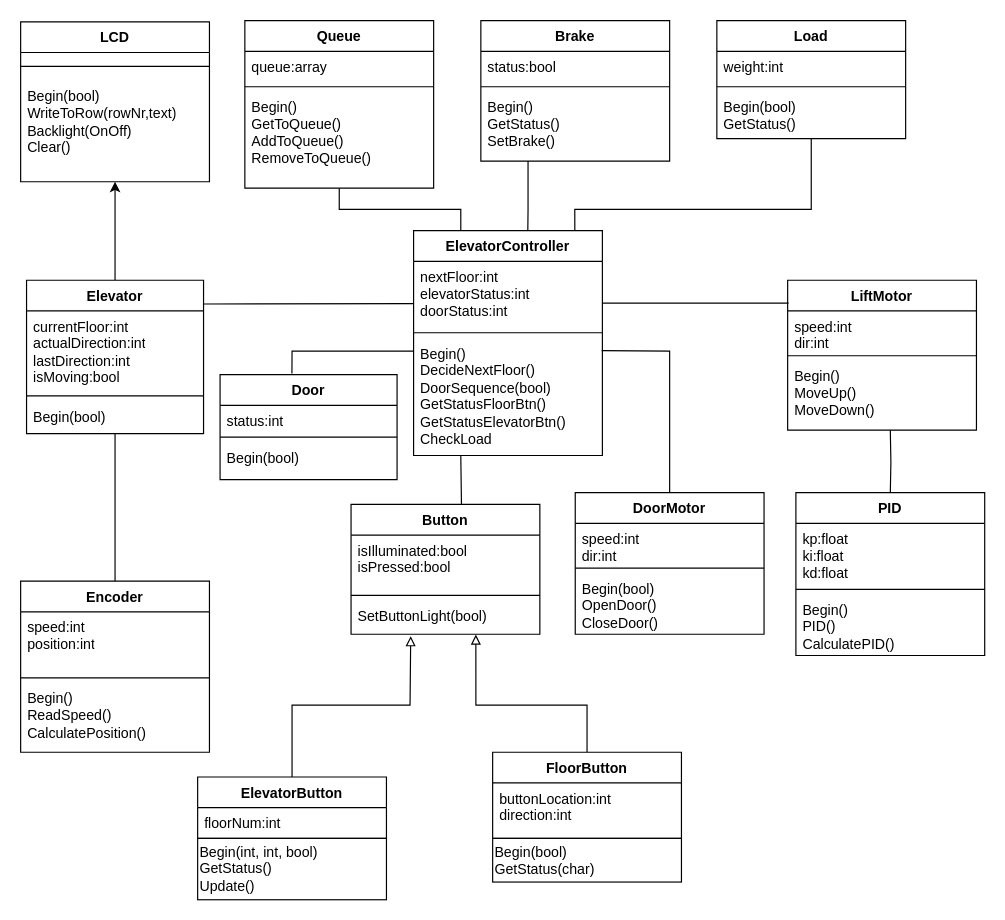
johannesKringlen/MAS246_Project keeps this draw.io diagram as Documents/UMLDiagramElevator.drawio. Above is the earlier version. Source tidied: cells renumbered, new cells numbered last; positions are measured from the earlier drawing's top-left corner, leaving out a move shared by most shapes. Both pictures are drawn from the tidied source at 118%, with x=0, y=0 at pixel (20, 20).
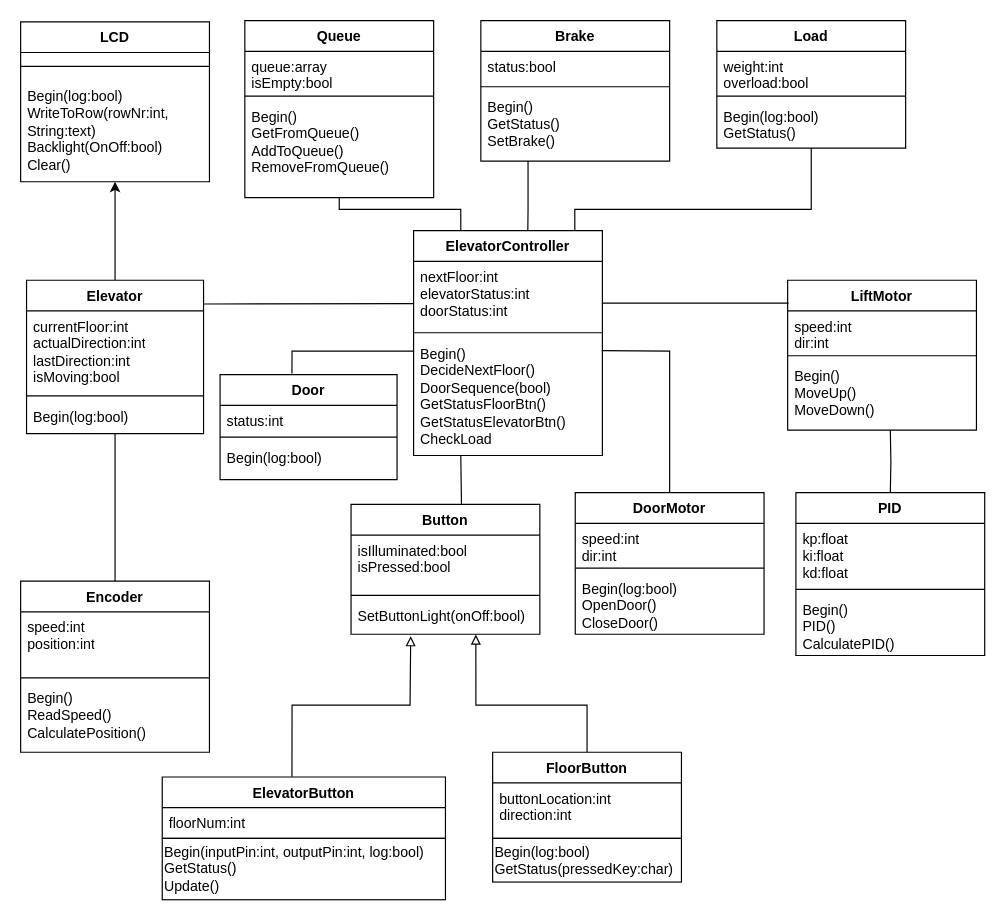
The same page after the edit.

The change refers to these unchanged cells:
```xml
<mxCell id="9" value="Button" style="swimlane;fontStyle=1;align=center;verticalAlign=top;horizontal=1;startSize=26;whiteSpace=wrap;html=1;" parent="1" vertex="1">
  <mxGeometry x="280" y="410" width="160" height="110" as="geometry" />
</mxCell>
<mxCell id="18" value="DoorMotor" style="swimlane;fontStyle=1;align=center;verticalAlign=top;horizontal=1;startSize=26;whiteSpace=wrap;html=1;" parent="1" vertex="1">
  <mxGeometry x="470" y="400" width="160" height="120" as="geometry" />
</mxCell>
<mxCell id="44" value="LCD" style="swimlane;fontStyle=1;align=center;verticalAlign=top;horizontal=1;startSize=26;whiteSpace=wrap;html=1;" parent="1" vertex="1">
  <mxGeometry y="1" width="160" height="135.5" as="geometry" />
</mxCell>
<mxCell id="52" value="Elevator" style="swimlane;fontStyle=1;align=center;verticalAlign=top;horizontal=1;startSize=26;whiteSpace=wrap;html=1;" parent="1" vertex="1">
  <mxGeometry x="5" y="220" width="150" height="130" as="geometry" />
</mxCell>
<mxCell id="56" value="Door" style="swimlane;fontStyle=1;align=center;verticalAlign=top;horizontal=1;startSize=26;whiteSpace=wrap;html=1;" parent="1" vertex="1">
  <mxGeometry x="169" y="300" width="150" height="89" as="geometry" />
</mxCell>
```

Change to the diagram source:
```diff
@@
-    <mxCell id="7" style="edgeStyle=none;rounded=0;jettySize=auto;html=1;entryX=0.5;entryY=0;entryDx=0;entryDy=0;endArrow=none;endFill=0;startArrow=block;startFill=0;exitX=0.316;exitY=1.055;exitDx=0;exitDy=0;exitPerimeter=0;" parent="1" edge="1" source="12" target="13">
+    <mxCell id="7" style="edgeStyle=none;rounded=0;jettySize=auto;html=1;entryX=0.458;entryY=-0.003;entryDx=0;entryDy=0;endArrow=none;endFill=0;startArrow=block;startFill=0;exitX=0.316;exitY=1.055;exitDx=0;exitDy=0;exitPerimeter=0;entryPerimeter=0;" parent="1" edge="1" source="12" target="13">
       <mxGeometry relative="1" as="geometry">
         <Array as="points">
           <mxPoint x="330" y="580" />
           <mxPoint x="230" y="580" />
         </Array>
       </mxGeometry>
     </mxCell>
@@
-    <mxCell id="12" value="&lt;div&gt;&lt;span style=&quot;background-color: transparent; color: light-dark(rgb(0, 0, 0), rgb(255, 255, 255));&quot;&gt;SetButtonLight(bool)&lt;/span&gt;&lt;/div&gt;" style="text;strokeColor=none;fillColor=none;align=left;verticalAlign=top;spacingLeft=4;spacingRight=4;overflow=hidden;points=[[0,0.5],[1,0.5]];portConstraint=eastwest;whiteSpace=wrap;html=1;" parent="9" vertex="1">
+    <mxCell id="12" value="&lt;div&gt;&lt;span style=&quot;background-color: transparent; color: light-dark(rgb(0, 0, 0), rgb(255, 255, 255));&quot;&gt;SetButtonLight(onOff:bool)&lt;/span&gt;&lt;/div&gt;" style="text;strokeColor=none;fillColor=none;align=left;verticalAlign=top;spacingLeft=4;spacingRight=4;overflow=hidden;points=[[0,0.5],[1,0.5]];portConstraint=eastwest;whiteSpace=wrap;html=1;" parent="9" vertex="1">
       <mxGeometry y="81" width="160" height="29" as="geometry" />
     </mxCell>
     <mxCell id="13" value="ElevatorButton" style="swimlane;fontStyle=1;align=center;verticalAlign=top;horizontal=1;startSize=26;whiteSpace=wrap;html=1;" parent="1" vertex="1">
-      <mxGeometry x="150" y="641" width="160" height="52" as="geometry" />
+      <mxGeometry x="120" y="641" width="240" height="52" as="geometry" />
     </mxCell>
     <mxCell id="14" value="floorNum:int" style="text;strokeColor=none;fillColor=none;align=left;verticalAlign=top;spacingLeft=4;spacingRight=4;overflow=hidden;whiteSpace=wrap;html=1;" parent="13" vertex="1">
-      <mxGeometry y="26" width="160" height="26" as="geometry" />
+      <mxGeometry y="26" width="240" height="26" as="geometry" />
     </mxCell>
@@
-    <mxCell id="21" value="&lt;div&gt;Begin(bool)&lt;/div&gt;OpenDoor()&lt;div&gt;CloseDoor()&lt;/div&gt;" style="text;strokeColor=none;fillColor=none;align=left;verticalAlign=top;spacingLeft=4;spacingRight=4;overflow=hidden;whiteSpace=wrap;html=1;" parent="18" vertex="1">
+    <mxCell id="21" value="&lt;div&gt;Begin(log:bool)&lt;/div&gt;OpenDoor()&lt;div&gt;CloseDoor()&lt;/div&gt;" style="text;strokeColor=none;fillColor=none;align=left;verticalAlign=top;spacingLeft=4;spacingRight=4;overflow=hidden;whiteSpace=wrap;html=1;" parent="18" vertex="1">
       <mxGeometry y="68" width="160" height="52" as="geometry" />
     </mxCell>
@@
     <mxCell id="30" value="Queue" style="swimlane;fontStyle=1;align=center;verticalAlign=top;horizontal=1;startSize=26;whiteSpace=wrap;html=1;" parent="1" vertex="1">
-      <mxGeometry x="190" width="160" height="142" as="geometry" />
+      <mxGeometry x="190" width="160" height="150" as="geometry" />
     </mxCell>
-    <mxCell id="31" value="queue:array" style="text;strokeColor=none;fillColor=none;align=left;verticalAlign=top;spacingLeft=4;spacingRight=4;overflow=hidden;whiteSpace=wrap;html=1;" parent="30" vertex="1">
-      <mxGeometry y="26" width="160" height="26" as="geometry" />
+    <mxCell id="31" value="queue:array&lt;div&gt;isEmpty:bool&lt;/div&gt;" style="text;strokeColor=none;fillColor=none;align=left;verticalAlign=top;spacingLeft=4;spacingRight=4;overflow=hidden;whiteSpace=wrap;html=1;" parent="30" vertex="1">
+      <mxGeometry y="26" width="160" height="34" as="geometry" />
     </mxCell>
     <mxCell id="32" style="line;strokeWidth=1;fillColor=none;align=left;verticalAlign=middle;spacingTop=-1;spacingLeft=3;spacingRight=3;labelPosition=right;strokeColor=inherit;" parent="30" vertex="1">
-      <mxGeometry y="52" width="160" height="8" as="geometry" />
+      <mxGeometry y="60" width="160" height="8" as="geometry" />
     </mxCell>
-    <mxCell id="33" value="&lt;div&gt;Begin()&lt;/div&gt;GetToQueue()&lt;div&gt;Add&lt;span style=&quot;background-color: transparent; color: light-dark(rgb(0, 0, 0), rgb(255, 255, 255));&quot;&gt;ToQueue&lt;/span&gt;&lt;span style=&quot;background-color: transparent; color: light-dark(rgb(0, 0, 0), rgb(255, 255, 255));&quot;&gt;()&lt;/span&gt;&lt;/div&gt;&lt;div&gt;Remove&lt;span style=&quot;background-color: transparent; color: light-dark(rgb(0, 0, 0), rgb(255, 255, 255));&quot;&gt;ToQueue&lt;/span&gt;&lt;span style=&quot;background-color: transparent; color: light-dark(rgb(0, 0, 0), rgb(255, 255, 255));&quot;&gt;()&lt;/span&gt;&lt;/div&gt;" style="text;strokeColor=none;fillColor=none;align=left;verticalAlign=top;spacingLeft=4;spacingRight=4;overflow=hidden;whiteSpace=wrap;html=1;" parent="30" vertex="1">
-      <mxGeometry y="60" width="160" height="82" as="geometry" />
+    <mxCell id="33" value="&lt;div&gt;Begin()&lt;/div&gt;GetFromQueue()&lt;div&gt;Add&lt;span style=&quot;background-color: transparent; color: light-dark(rgb(0, 0, 0), rgb(255, 255, 255));&quot;&gt;ToQueue&lt;/span&gt;&lt;span style=&quot;background-color: transparent; color: light-dark(rgb(0, 0, 0), rgb(255, 255, 255));&quot;&gt;()&lt;/span&gt;&lt;/div&gt;&lt;div&gt;RemoveFrom&lt;span style=&quot;background-color: transparent; color: light-dark(rgb(0, 0, 0), rgb(255, 255, 255));&quot;&gt;Queue&lt;/span&gt;&lt;span style=&quot;background-color: transparent; color: light-dark(rgb(0, 0, 0), rgb(255, 255, 255));&quot;&gt;()&lt;/span&gt;&lt;/div&gt;" style="text;strokeColor=none;fillColor=none;align=left;verticalAlign=top;spacingLeft=4;spacingRight=4;overflow=hidden;whiteSpace=wrap;html=1;" parent="30" vertex="1">
+      <mxGeometry y="68" width="160" height="82" as="geometry" />
     </mxCell>
@@
-    <mxCell id="46" value="Begin(bool)&lt;div&gt;WriteToRow(rowNr,text)&lt;/div&gt;&lt;div&gt;Backlight(OnOff)&lt;/div&gt;&lt;div&gt;Clear()&lt;/div&gt;" style="text;strokeColor=none;fillColor=none;align=left;verticalAlign=top;spacingLeft=4;spacingRight=4;overflow=hidden;whiteSpace=wrap;html=1;" parent="44" vertex="1">
+    <mxCell id="46" value="Begin(log:bool)&lt;div&gt;WriteToRow(rowNr:int, String:text)&lt;/div&gt;&lt;div&gt;Backlight(OnOff:bool)&lt;/div&gt;&lt;div&gt;Clear()&lt;/div&gt;" style="text;strokeColor=none;fillColor=none;align=left;verticalAlign=top;spacingLeft=4;spacingRight=4;overflow=hidden;whiteSpace=wrap;html=1;" parent="44" vertex="1">
       <mxGeometry y="49.5" width="160" height="86" as="geometry" />
     </mxCell>
@@
-    <mxCell id="55" value="Begin(bool)" style="text;strokeColor=none;fillColor=none;align=left;verticalAlign=top;spacingLeft=4;spacingRight=4;overflow=hidden;whiteSpace=wrap;html=1;" parent="52" vertex="1">
+    <mxCell id="55" value="Begin(log:bool)" style="text;strokeColor=none;fillColor=none;align=left;verticalAlign=top;spacingLeft=4;spacingRight=4;overflow=hidden;whiteSpace=wrap;html=1;" parent="52" vertex="1">
       <mxGeometry y="102.5" width="150" height="27.5" as="geometry" />
     </mxCell>
@@
-    <mxCell id="59" value="Begin(bool)" style="text;strokeColor=none;fillColor=none;align=left;verticalAlign=top;spacingLeft=4;spacingRight=4;overflow=hidden;whiteSpace=wrap;html=1;" parent="56" vertex="1">
+    <mxCell id="59" value="Begin(log:bool)" style="text;strokeColor=none;fillColor=none;align=left;verticalAlign=top;spacingLeft=4;spacingRight=4;overflow=hidden;whiteSpace=wrap;html=1;" parent="56" vertex="1">
       <mxGeometry y="57" width="150" height="32" as="geometry" />
     </mxCell>
@@
-    <mxCell id="61" value="Begin(int, int, bool)&lt;div&gt;GetStatus()&lt;/div&gt;&lt;div&gt;Update()&lt;/div&gt;" style="rounded=0;whiteSpace=wrap;html=1;align=left;" parent="1" vertex="1">
-      <mxGeometry x="150" y="693" width="160" height="52" as="geometry" />
+    <mxCell id="61" value="Begin(inputPin:int, outputPin:int, log:bool)&lt;div&gt;GetStatus()&lt;/div&gt;&lt;div&gt;Update()&lt;/div&gt;" style="rounded=0;whiteSpace=wrap;html=1;align=left;" parent="1" vertex="1">
+      <mxGeometry x="120" y="693" width="240" height="52" as="geometry" />
     </mxCell>
-    <mxCell id="62" value="Begin(bool)&lt;div&gt;GetStatus(char)&lt;/div&gt;" style="rounded=0;whiteSpace=wrap;html=1;align=left;" parent="1" vertex="1">
+    <mxCell id="62" value="Begin(log:bool)&lt;div&gt;GetStatus(pressedKey:char)&lt;/div&gt;" style="rounded=0;whiteSpace=wrap;html=1;align=left;" parent="1" vertex="1">
       <mxGeometry x="400" y="693" width="160" height="37" as="geometry" />
     </mxCell>
     <mxCell id="63" value="Load" style="swimlane;fontStyle=1;align=center;verticalAlign=top;horizontal=1;startSize=26;whiteSpace=wrap;html=1;" parent="1" vertex="1">
-      <mxGeometry x="590" width="160" height="100" as="geometry" />
+      <mxGeometry x="590" width="160" height="108" as="geometry" />
     </mxCell>
-    <mxCell id="64" value="weight:int" style="text;strokeColor=none;fillColor=none;align=left;verticalAlign=top;spacingLeft=4;spacingRight=4;overflow=hidden;whiteSpace=wrap;html=1;" parent="63" vertex="1">
-      <mxGeometry y="26" width="160" height="26" as="geometry" />
+    <mxCell id="64" value="weight:int&lt;div&gt;overload:bool&lt;/div&gt;" style="text;strokeColor=none;fillColor=none;align=left;verticalAlign=top;spacingLeft=4;spacingRight=4;overflow=hidden;whiteSpace=wrap;html=1;" parent="63" vertex="1">
+      <mxGeometry y="26" width="160" height="34" as="geometry" />
     </mxCell>
     <mxCell id="65" style="line;strokeWidth=1;fillColor=none;align=left;verticalAlign=middle;spacingTop=-1;spacingLeft=3;spacingRight=3;labelPosition=right;strokeColor=inherit;" parent="63" vertex="1">
-      <mxGeometry y="52" width="160" height="8" as="geometry" />
+      <mxGeometry y="60" width="160" height="8" as="geometry" />
     </mxCell>
-    <mxCell id="66" value="&lt;div&gt;Begin(bool)&lt;/div&gt;GetStatus()" style="text;strokeColor=none;fillColor=none;align=left;verticalAlign=top;spacingLeft=4;spacingRight=4;overflow=hidden;whiteSpace=wrap;html=1;" parent="63" vertex="1">
-      <mxGeometry y="60" width="160" height="40" as="geometry" />
+    <mxCell id="66" value="&lt;div&gt;Begin(log:bool)&lt;/div&gt;GetStatus()" style="text;strokeColor=none;fillColor=none;align=left;verticalAlign=top;spacingLeft=4;spacingRight=4;overflow=hidden;whiteSpace=wrap;html=1;" parent="63" vertex="1">
+      <mxGeometry y="68" width="160" height="40" as="geometry" />
     </mxCell>
```
